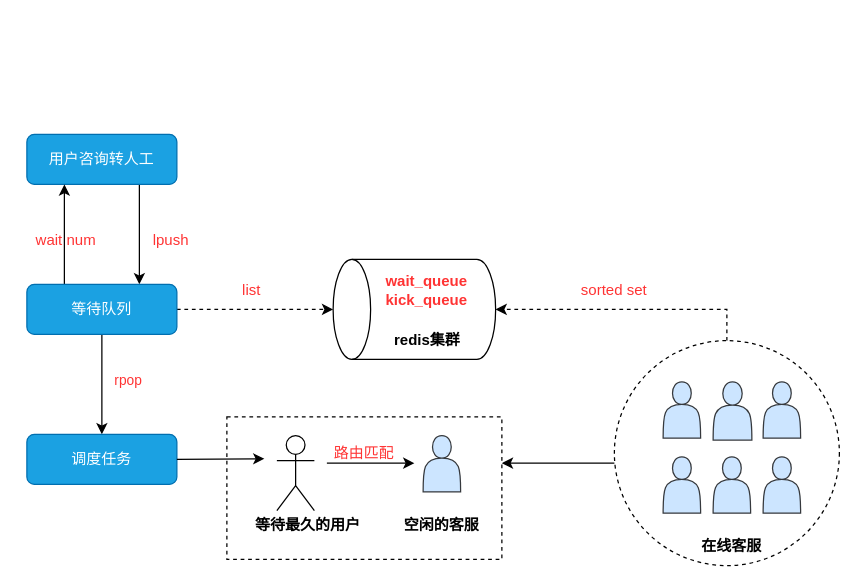
Above: page "人工客服接单" (3 of 4) of 流程设计.drawio in zengcrvip/basedemo (draw.io), before the change. Source tidied: cells renumbered, new cells numbered last; positions are measured from the earlier drawing's top-left corner, leaving out a move shared by most shapes. Both pictures are drawn from the tidied source at 125%, with x=0, y=0 at pixel (21, 109).
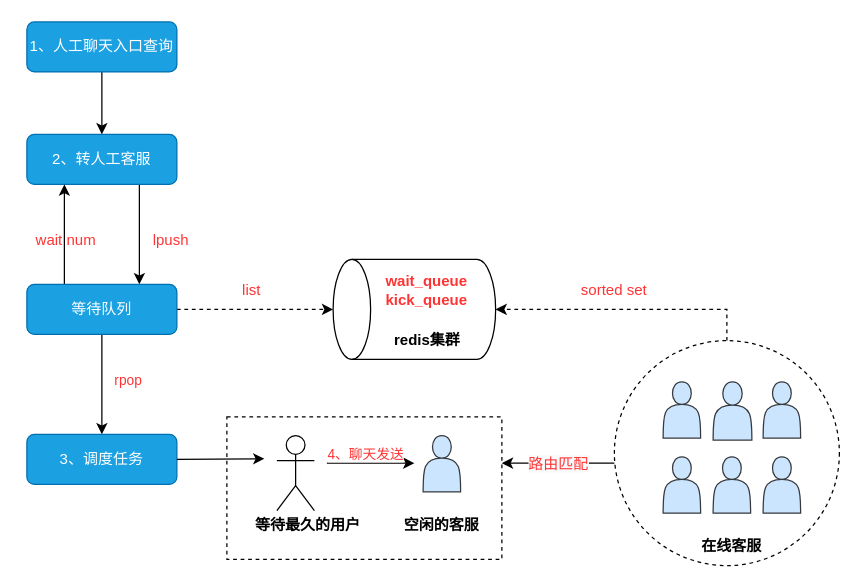
After the change.

Commit message:
更新流程设计.drawio

Unchanged cells that the change refers to:
```xml
<mxCell id="31" style="endArrow=classic;html=1;rounded=0;fontColor=#000000;" parent="1" edge="1">
  <mxGeometry relative="1" as="geometry">
    <mxPoint x="244" y="283" as="sourcePoint" />
    <mxPoint x="314" y="283" as="targetPoint" />
  </mxGeometry>
</mxCell>
<mxCell id="33" style="endArrow=classic;html=1;rounded=0;fontColor=#000000;" parent="1" edge="1">
  <mxGeometry relative="1" as="geometry">
    <mxPoint x="474" y="283" as="sourcePoint" />
    <mxPoint x="384" y="283" as="targetPoint" />
  </mxGeometry>
</mxCell>
```

Change to the diagram source:
```diff
@@
-    <mxCell id="6" value="用户咨询转人工" style="rounded=1;whiteSpace=wrap;html=1;fillColor=#1ba1e2;fontColor=#ffffff;strokeColor=#006EAF;" parent="1" vertex="1">
+    <mxCell id="6" value="2、转人工客服" style="rounded=1;whiteSpace=wrap;html=1;fillColor=#1ba1e2;fontColor=#ffffff;strokeColor=#006EAF;" parent="1" vertex="1">
       <mxGeometry x="4" y="20" width="120" height="40" as="geometry" />
     </mxCell>
@@
-    <mxCell id="12" value="调度任务" style="rounded=1;whiteSpace=wrap;html=1;fillColor=#1ba1e2;fontColor=#ffffff;strokeColor=#006EAF;" parent="1" vertex="1">
+    <mxCell id="12" value="3、调度任务" style="rounded=1;whiteSpace=wrap;html=1;fillColor=#1ba1e2;fontColor=#ffffff;strokeColor=#006EAF;" parent="1" vertex="1">
       <mxGeometry x="4" y="260" width="120" height="40" as="geometry" />
     </mxCell>
@@
+    <mxCell id="36" value="4、聊天发送" style="edgeLabel;html=1;align=center;verticalAlign=middle;fontColor=#FF3333;" parent="31" vertex="1">
+      <mxGeometry x="-0.31" y="2" relative="1" as="geometry">
+        <mxPoint x="6" y="-6" as="offset" />
+      </mxGeometry>
+    </mxCell>
@@
-    <mxCell id="34" value="路由匹配" style="text;html=1;strokeColor=none;fillColor=none;align=center;verticalAlign=middle;whiteSpace=wrap;rounded=0;fontColor=#FF3333;" parent="1" vertex="1">
-      <mxGeometry x="244" y="260" width="60" height="30" as="geometry" />
+    <mxCell id="34" value="&lt;span style=&quot;color: rgb(255, 51, 51); font-size: 12px; background-color: rgb(248, 249, 250);&quot;&gt;路由匹配&lt;/span&gt;" style="edgeLabel;html=1;align=center;verticalAlign=middle;" parent="33" vertex="1">
+      <mxGeometry x="0.02" relative="1" as="geometry" />
     </mxCell>
@@
+    <mxCell id="37" style="edgeStyle=orthogonalEdgeStyle;rounded=0;jettySize=auto;html=1;exitX=0.5;exitY=1;exitDx=0;exitDy=0;" parent="1" edge="1" source="38" target="6">
+      <mxGeometry relative="1" as="geometry" />
+    </mxCell>
+    <mxCell id="38" value="1、人工聊天入口查询" style="rounded=1;whiteSpace=wrap;html=1;fillColor=#1ba1e2;fontColor=#ffffff;strokeColor=#006EAF;" parent="1" vertex="1">
+      <mxGeometry x="4" y="-70" width="120" height="40" as="geometry" />
+    </mxCell>
```
